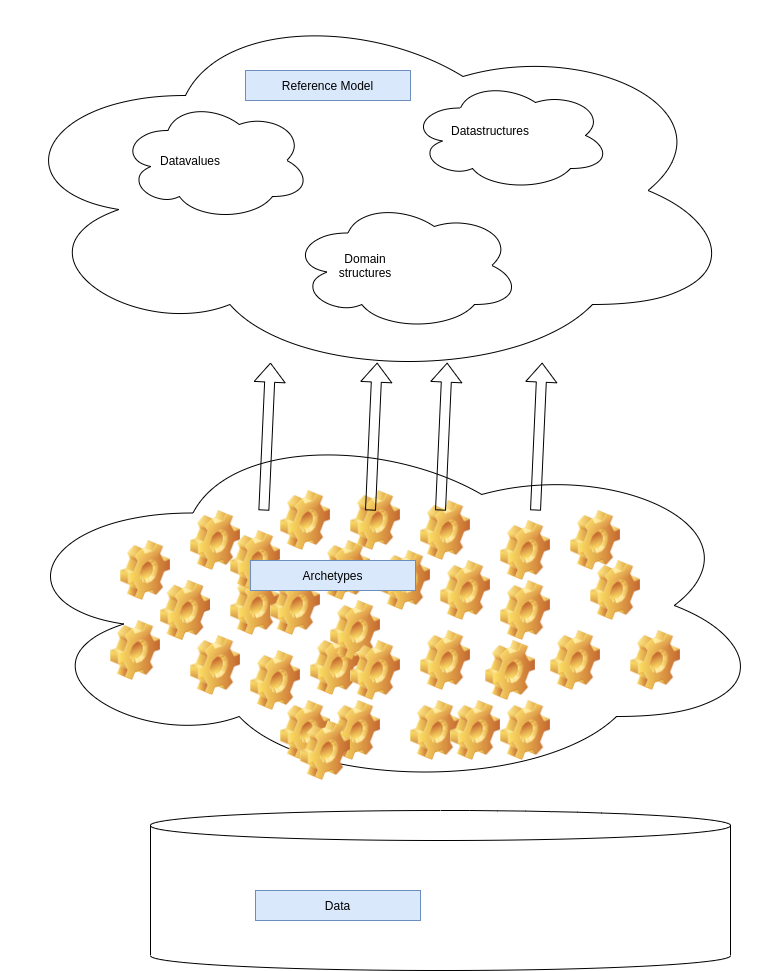
bertverhees/semanticdatabase-doc keeps this draw.io diagram as overview.png. Above is the earlier version. Source tidied: cells renumbered, new cells last; positions are measured from the earlier drawing's top-left corner, leaving out a move shared by most shapes.
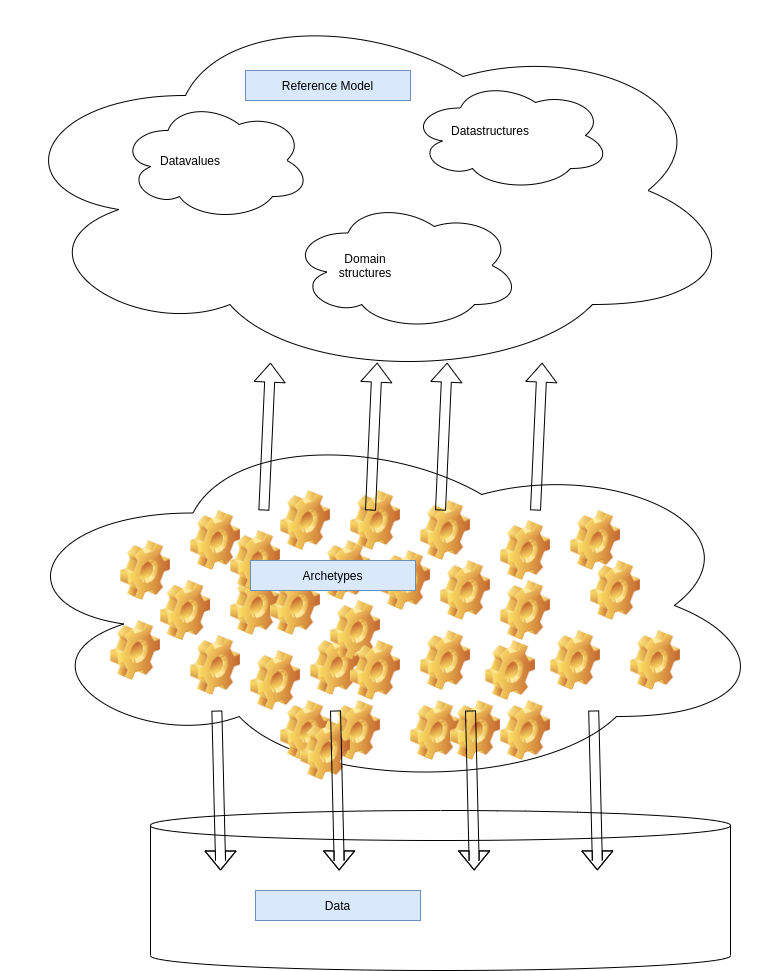
The same file after the commit.

Change to the diagram source:
```diff
@@ -160,5 +160,40 @@
         <mxPoint x="270" y="362.1" as="targetPoint" />
       </mxGeometry>
     </mxCell>
+    <mxCell id="51" style="shape=flexArrow;endArrow=classic;html=1;rounded=0;exitX=0.281;exitY=0.784;exitDx=0;exitDy=0;exitPerimeter=0;" parent="1" edge="1" source="6">
+      <mxGeometry relative="1" as="geometry">
+        <mxPoint x="220" y="870" as="targetPoint" />
+        <Array as="points">
+          <mxPoint x="220" y="860" />
+        </Array>
+      </mxGeometry>
+    </mxCell>
+    <mxCell id="52" style="shape=flexArrow;endArrow=classic;html=1;rounded=0;exitX=0.281;exitY=0.784;exitDx=0;exitDy=0;exitPerimeter=0;" parent="1" edge="1">
+      <mxGeometry relative="1" as="geometry">
+        <mxPoint x="335" y="710" as="sourcePoint" />
+        <mxPoint x="338.6" y="869.9" as="targetPoint" />
+        <Array as="points">
+          <mxPoint x="338.6" y="859.9" />
+        </Array>
+      </mxGeometry>
+    </mxCell>
+    <mxCell id="53" style="shape=flexArrow;endArrow=classic;html=1;rounded=0;exitX=0.281;exitY=0.784;exitDx=0;exitDy=0;exitPerimeter=0;" parent="1" edge="1">
+      <mxGeometry relative="1" as="geometry">
+        <mxPoint x="470" y="710" as="sourcePoint" />
+        <mxPoint x="473.6" y="869.9" as="targetPoint" />
+        <Array as="points">
+          <mxPoint x="473.6" y="859.9" />
+        </Array>
+      </mxGeometry>
+    </mxCell>
+    <mxCell id="54" style="shape=flexArrow;endArrow=classic;html=1;rounded=0;exitX=0.281;exitY=0.784;exitDx=0;exitDy=0;exitPerimeter=0;" parent="1" edge="1">
+      <mxGeometry relative="1" as="geometry">
+        <mxPoint x="593.2" y="710" as="sourcePoint" />
+        <mxPoint x="596.8" y="869.9" as="targetPoint" />
+        <Array as="points">
+          <mxPoint x="596.8" y="859.9" />
+        </Array>
+      </mxGeometry>
+    </mxCell>
   </root>
 </mxGraphModel>
```
